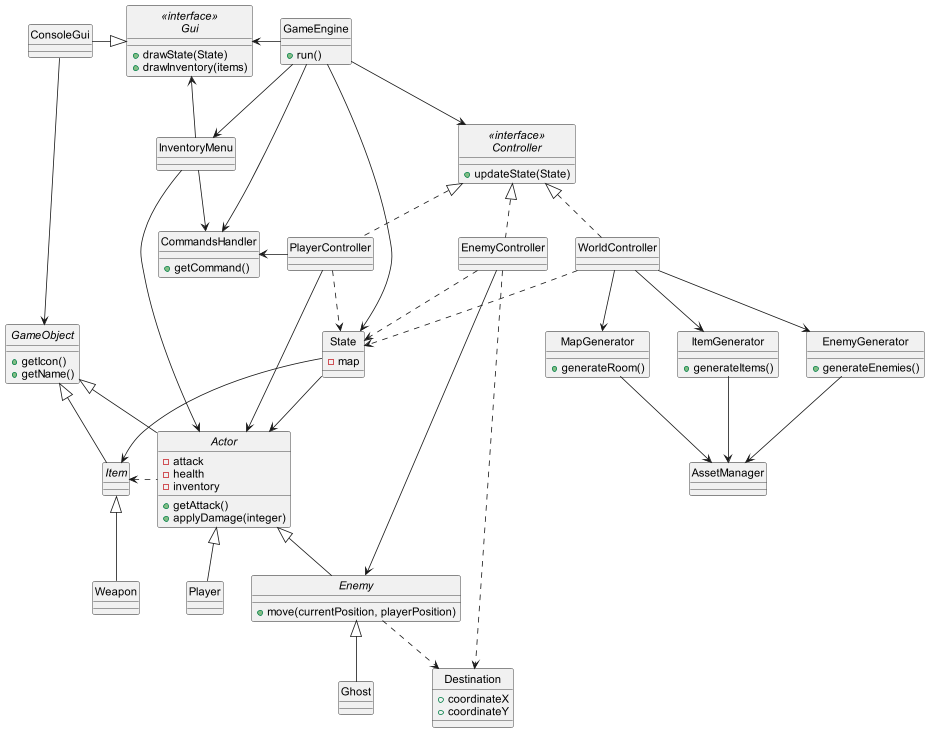
capitanFlint129/Rougelike keeps this PlantUML diagram as docs/class.png. Above is the earlier version. Source of this version:
```plantuml
@startuml
skinparam style strictuml

"<<interface>>\nGui"  <- GameEngine

interface "<<interface>>\nGui" {
+drawState(State)
+drawInventory(items)
}

ConsoleGui -|> "<<interface>>\nGui"
class ConsoleGui {
}

class CommandsHandler {
+getCommand()
}

class GameEngine {
+run()
}


GameEngine --> "<<interface>>\nController"
GameEngine -> CommandsHandler
GameEngine --> State


abstract class GameObject {
+getIcon()
+getName()
}

GameObject <|-- Actor
GameObject <|-- Item
abstract class Item {
}



State --> Item
Item <|-- Weapon
class Weapon {
}


abstract class Actor {
-attack
-health
-inventory
+getAttack()
+applyDamage(integer)
}


interface "<<interface>>\nController" {
+updateState(State)
}

"<<interface>>\nController" <|.. EnemyController
EnemyController ..> State
EnemyController ---> Enemy
EnemyController ...> Destination
class EnemyController {
}

"<<interface>>\nController" <|.. WorldController
WorldController ..> State
class WorldController {
}

"<<interface>>\nController" <|.. PlayerController
PlayerController ..> State
PlayerController --> Actor
class PlayerController {
}
CommandsHandler <- PlayerController


GameEngine --> InventoryMenu
InventoryMenu --> Actor
InventoryMenu --> CommandsHandler
InventoryMenu --> "<<interface>>\nGui"
ConsoleGui ---> GameObject
class InventoryMenu {
}

State --> Actor

Actor <|-- Player
class Player {
}

Item <. Actor

Actor <|-- Enemy
abstract class Enemy {
+move(currentPosition, playerPosition)
}

Enemy ..> Destination
class Destination {
+coordinateX
+coordinateY
}

Enemy <|-- Ghost
class Ghost {
}

class State {
-map
}


class AssetManager {
}

WorldController --> ItemGenerator
WorldController --> EnemyGenerator
WorldController --> MapGenerator
MapGenerator --> AssetManager

class ItemGenerator {
+generateItems()
}
ItemGenerator --> AssetManager

class EnemyGenerator {
+generateEnemies()
}
EnemyGenerator --> AssetManager
class MapGenerator {
+generateRoom()
}

@enduml
```
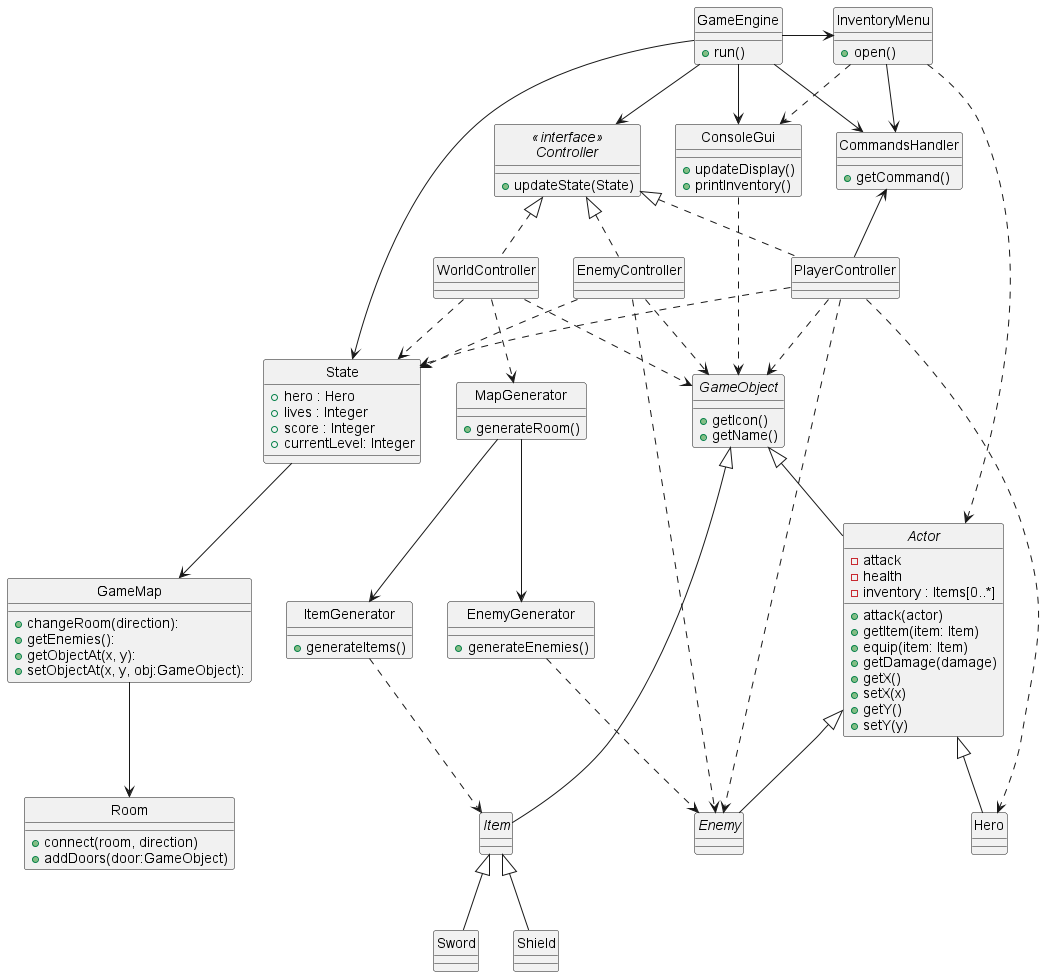
After the commit.

Change to the diagram source:
```diff
@@ -1,15 +1,11 @@
 @startuml
 skinparam style strictuml
 
-"<<interface>>\nGui"  <- GameEngine
+ConsoleGui  <-- GameEngine
 
-interface "<<interface>>\nGui" {
-+drawState(State)
-+drawInventory(items)
-}
-
-ConsoleGui -|> "<<interface>>\nGui"
 class ConsoleGui {
++updateDisplay()
++printInventory()
 }
 
 class CommandsHandler {
@@ -31,6 +27,10 @@
 +getName()
 }
 
+EnemyController ..> GameObject
+PlayerController ..> GameObject
+WorldController ..> GameObject
+
 GameObject <|-- Actor
 GameObject <|-- Item
 abstract class Item {
@@ -38,18 +38,26 @@
 
 
 
-State --> Item
-Item <|-- Weapon
-class Weapon {
+Item <|-- Sword
+class Sword {
+}
+Item <|-- Shield
+class Shield {
 }
 
 
 abstract class Actor {
 -attack
 -health
--inventory
-+getAttack()
-+applyDamage(integer)
+-inventory : Items[0..*]
++attack(actor)
++getItem(item: Item)
++equip(item: Item)
++getDamage(damage)
++getX()
++setX(x)
++getY()
++setY(y)
 }
 
 
@@ -59,8 +67,7 @@
 
 "<<interface>>\nController" <|.. EnemyController
 EnemyController ..> State
-EnemyController ---> Enemy
-EnemyController ...> Destination
+EnemyController ...> Enemy
 class EnemyController {
 }
 
@@ -71,67 +78,70 @@
 
 "<<interface>>\nController" <|.. PlayerController
 PlayerController ..> State
-PlayerController --> Actor
+PlayerController ..> Hero
+PlayerController ..> Enemy
 class PlayerController {
 }
 CommandsHandler <- PlayerController
 
 
-GameEngine --> InventoryMenu
-InventoryMenu --> Actor
+GameEngine -> InventoryMenu
+InventoryMenu ..> Actor
 InventoryMenu --> CommandsHandler
-InventoryMenu --> "<<interface>>\nGui"
-ConsoleGui ---> GameObject
+InventoryMenu ..> ConsoleGui
+ConsoleGui ...> GameObject
 class InventoryMenu {
++open()
 }
 
-State --> Actor
 
-Actor <|-- Player
-class Player {
+Actor <|-- Hero
+class Hero {
 }
 
-Item <. Actor
 
 Actor <|-- Enemy
 abstract class Enemy {
-+move(currentPosition, playerPosition)
-}
-
-Enemy ..> Destination
-class Destination {
-+coordinateX
-+coordinateY
-}
-
-Enemy <|-- Ghost
-class Ghost {
 }
 
 class State {
--map
++hero : Hero
++lives : Integer
++score : Integer
++currentLevel: Integer
 }
+State --> GameMap
 
 
-class AssetManager {
-}
 
-WorldController --> ItemGenerator
-WorldController --> EnemyGenerator
-WorldController --> MapGenerator
-MapGenerator --> AssetManager
+WorldController ..> MapGenerator
 
 class ItemGenerator {
 +generateItems()
 }
-ItemGenerator --> AssetManager
+ItemGenerator ..> Item
 
 class EnemyGenerator {
 +generateEnemies()
 }
-EnemyGenerator --> AssetManager
+EnemyGenerator ..> Enemy
 class MapGenerator {
 +generateRoom()
 }
+MapGenerator --> EnemyGenerator
+MapGenerator --> ItemGenerator
+
+class GameMap {
++changeRoom(direction):
++getEnemies():
++getObjectAt(x, y):
++setObjectAt(x, y, obj:GameObject):
+}
+GameMap --> Room
+
+class Room {
++connect(room, direction)
++addDoors(door:GameObject)
+}
 
 @enduml
```
